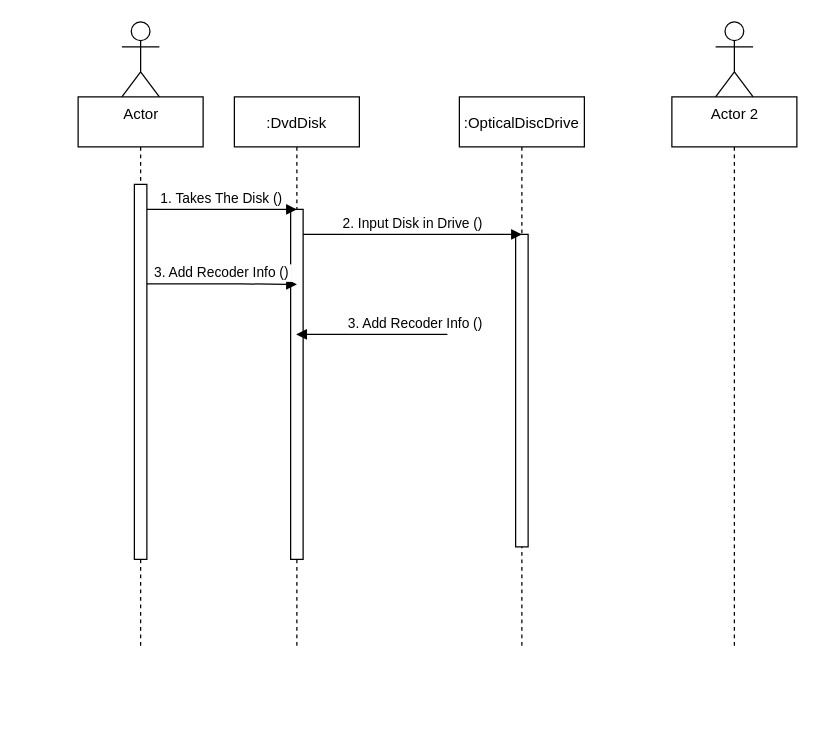
Above: Sequence/Диаграмма без названия.drawio in M0zgi/UML (draw.io), before the change. Source tidied: cells renumbered, new cells numbered last; positions are measured from the earlier drawing's top-left corner, leaving out a move shared by most shapes. Both pictures are drawn from the tidied source at 125%, with x=0, y=0 at pixel (78, 21).
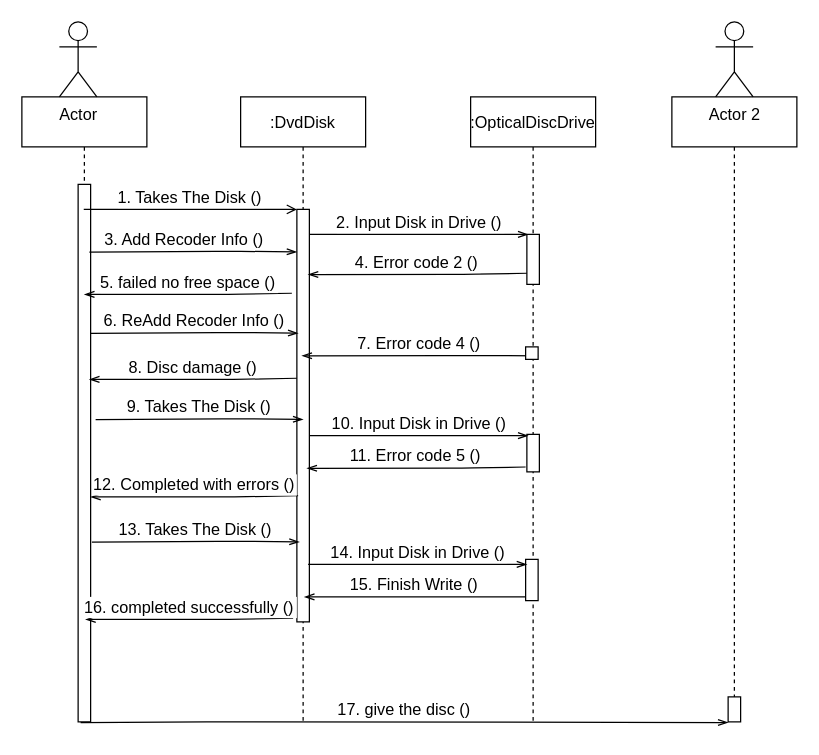
Above is the later version.

What changed in the source:
```diff
@@
-    <mxCell id="2" style="shape=umlLifeline;perimeter=lifelinePerimeter;rounded=0;shadow=0;strokeWidth=1;" parent="1" vertex="1">
-      <mxGeometry y="60" width="100" height="440" as="geometry" />
+    <mxCell id="2" style="shape=umlLifeline;perimeter=lifelinePerimeter;rounded=0;shadow=0;strokeWidth=1;fontSize=13;" parent="1" vertex="1">
+      <mxGeometry x="-45" y="60" width="100" height="400" as="geometry" />
     </mxCell>
-    <mxCell id="3" value=":DvdDisk" style="shape=umlLifeline;perimeter=lifelinePerimeter;rounded=0;shadow=0;strokeWidth=1;" parent="1" vertex="1">
-      <mxGeometry x="125" y="60" width="100" height="440" as="geometry" />
+    <mxCell id="3" value=":DvdDisk" style="shape=umlLifeline;perimeter=lifelinePerimeter;rounded=0;shadow=0;strokeWidth=1;fontSize=13;" parent="1" vertex="1">
+      <mxGeometry x="130" y="60" width="100" height="500" as="geometry" />
     </mxCell>
-    <mxCell id="4" value=":OpticalDiscDrive" style="shape=umlLifeline;perimeter=lifelinePerimeter;rounded=0;shadow=0;strokeWidth=1;" parent="1" vertex="1">
-      <mxGeometry x="305" y="60" width="100" height="440" as="geometry" />
+    <mxCell id="4" value=":OpticalDiscDrive" style="shape=umlLifeline;perimeter=lifelinePerimeter;rounded=0;shadow=0;strokeWidth=1;fontSize=13;" parent="1" vertex="1">
+      <mxGeometry x="314" y="60" width="100" height="500" as="geometry" />
     </mxCell>
-    <mxCell id="5" style="perimeter=orthogonalPerimeter;rounded=0;shadow=0;strokeWidth=1;" parent="4" vertex="1">
-      <mxGeometry x="45" y="110" width="10" height="250" as="geometry" />
+    <mxCell id="5" style="perimeter=orthogonalPerimeter;rounded=0;shadow=0;strokeWidth=1;fontSize=13;" parent="4" vertex="1">
+      <mxGeometry x="45" y="110" width="10" height="40" as="geometry" />
     </mxCell>
-    <mxCell id="6" value="Actor" style="shape=umlActor;verticalLabelPosition=bottom;verticalAlign=top;html=1;" parent="1" vertex="1">
-      <mxGeometry x="35" width="30" height="60" as="geometry" />
+    <mxCell id="6" value="Actor" style="shape=umlActor;verticalLabelPosition=bottom;verticalAlign=top;html=1;fontSize=13;" parent="1" vertex="1">
+      <mxGeometry x="-15" width="30" height="60" as="geometry" />
     </mxCell>
-    <mxCell id="7" style="perimeter=orthogonalPerimeter;rounded=0;shadow=0;strokeWidth=1;" parent="1" vertex="1">
-      <mxGeometry x="45" y="130" width="10" height="300" as="geometry" />
+    <mxCell id="7" style="perimeter=orthogonalPerimeter;rounded=0;shadow=0;strokeWidth=1;fontSize=13;" parent="1" vertex="1">
+      <mxGeometry y="130" width="10" height="430" as="geometry" />
     </mxCell>
-    <mxCell id="8" style="perimeter=orthogonalPerimeter;rounded=0;shadow=0;strokeWidth=1;" parent="1" vertex="1">
-      <mxGeometry x="170" y="150" width="10" height="280" as="geometry" />
+    <mxCell id="8" style="perimeter=orthogonalPerimeter;rounded=0;shadow=0;strokeWidth=1;fontSize=13;" parent="1" vertex="1">
+      <mxGeometry x="175" y="150" width="10" height="330" as="geometry" />
     </mxCell>
-    <mxCell id="9" value="1. Takes The Disk ()" style="verticalAlign=bottom;endArrow=block;shadow=0;strokeWidth=1;" parent="1" edge="1">
+    <mxCell id="9" value="1. Takes The Disk ()" style="verticalAlign=bottom;endArrow=open;shadow=0;strokeWidth=1;endFill=0;fontSize=13;" parent="1" edge="1" source="2">
       <mxGeometry relative="1" as="geometry">
-        <mxPoint x="55" y="150" as="sourcePoint" />
         <mxPoint x="175" y="150" as="targetPoint" />
       </mxGeometry>
     </mxCell>
-    <mxCell id="10" value="2. Input Disk in Drive ()" style="verticalAlign=bottom;endArrow=block;shadow=0;strokeWidth=1;" parent="1" edge="1">
+    <mxCell id="10" value="2. Input Disk in Drive ()" style="verticalAlign=bottom;endArrow=openThin;shadow=0;strokeWidth=1;endFill=0;fontSize=13;" parent="1" edge="1">
       <mxGeometry relative="1" as="geometry">
-        <mxPoint x="180" y="170" as="sourcePoint" />
-        <mxPoint x="355" y="170" as="targetPoint" />
+        <mxPoint x="185" y="170" as="sourcePoint" />
+        <mxPoint x="360" y="170" as="targetPoint" />
       </mxGeometry>
     </mxCell>
-    <mxCell id="11" value="3. Add Recoder Info ()" style="verticalAlign=bottom;endArrow=block;shadow=0;strokeWidth=1;" parent="1" edge="1">
-      <mxGeometry relative="1" as="geometry">
-        <mxPoint x="55" y="209.5" as="sourcePoint" />
-        <mxPoint x="175" y="210" as="targetPoint" />
+    <mxCell id="11" value="3. Add Recoder Info ()" style="verticalAlign=bottom;endArrow=openThin;shadow=0;strokeWidth=1;exitX=0.9;exitY=0.267;exitDx=0;exitDy=0;exitPerimeter=0;endFill=0;fontSize=13;" parent="1" edge="1">
+      <mxGeometry x="-0.08" relative="1" as="geometry">
+        <mxPoint x="9" y="184.1" as="sourcePoint" />
+        <mxPoint x="175" y="184" as="targetPoint" />
         <Array as="points">
-          <mxPoint x="120" y="209.5" />
+          <mxPoint x="120" y="183.5" />
         </Array>
       </mxGeometry>
     </mxCell>
-    <mxCell id="12" value="3. Add Recoder Info ()" style="verticalAlign=bottom;endArrow=block;shadow=0;strokeWidth=1;" parent="1" edge="1" target="3">
-      <mxGeometry relative="1" as="geometry">
-        <mxPoint x="235" y="250" as="sourcePoint" />
-        <Array as="points">
-          <mxPoint x="300" y="250" />
-        </Array>
-      </mxGeometry>
-    </mxCell>
-    <mxCell id="13" style="shape=umlLifeline;perimeter=lifelinePerimeter;rounded=0;shadow=0;strokeWidth=1;" parent="1" vertex="1">
-      <mxGeometry x="475" y="60" width="100" height="440" as="geometry" />
+    <mxCell id="13" style="shape=umlLifeline;perimeter=lifelinePerimeter;rounded=0;shadow=0;strokeWidth=1;fontSize=13;" parent="1" vertex="1">
+      <mxGeometry x="475" y="60" width="100" height="480" as="geometry" />
     </mxCell>
-    <mxCell id="14" value="Actor 2" style="shape=umlActor;verticalLabelPosition=bottom;verticalAlign=top;html=1;" parent="1" vertex="1">
+    <mxCell id="14" value="Actor 2" style="shape=umlActor;verticalLabelPosition=bottom;verticalAlign=top;html=1;fontSize=13;" parent="1" vertex="1">
       <mxGeometry x="510" width="30" height="60" as="geometry" />
     </mxCell>
+    <mxCell id="15" value="5. failed no free space ()" style="verticalAlign=bottom;endArrow=openThin;shadow=0;strokeWidth=1;exitX=0.1;exitY=0.354;exitDx=0;exitDy=0;exitPerimeter=0;entryX=0.5;entryY=0.4;entryDx=0;entryDy=0;entryPerimeter=0;endFill=0;fontSize=13;" parent="1" edge="1">
+      <mxGeometry relative="1" as="geometry">
+        <mxPoint x="171" y="217.1" as="sourcePoint" />
+        <mxPoint x="5" y="218" as="targetPoint" />
+        <Array as="points">
+          <mxPoint x="120" y="218" />
+        </Array>
+      </mxGeometry>
+    </mxCell>
+    <mxCell id="16" value="6. ReAdd Recoder Info ()" style="verticalAlign=bottom;endArrow=openThin;shadow=0;strokeWidth=1;exitX=0.9;exitY=0.267;exitDx=0;exitDy=0;exitPerimeter=0;endFill=0;fontSize=13;" parent="1" edge="1">
+      <mxGeometry relative="1" as="geometry">
+        <mxPoint x="10" y="249.1" as="sourcePoint" />
+        <mxPoint x="176" y="249" as="targetPoint" />
+        <Array as="points">
+          <mxPoint x="121" y="248.5" />
+        </Array>
+      </mxGeometry>
+    </mxCell>
+    <mxCell id="17" value="16. completed successfully ()" style="verticalAlign=bottom;endArrow=openThin;shadow=0;strokeWidth=1;exitX=0.1;exitY=0.354;exitDx=0;exitDy=0;exitPerimeter=0;entryX=0.5;entryY=0.4;entryDx=0;entryDy=0;entryPerimeter=0;endFill=0;fontSize=13;" parent="1" edge="1">
+      <mxGeometry relative="1" as="geometry">
+        <mxPoint x="172" y="477.1" as="sourcePoint" />
+        <mxPoint x="6" y="478" as="targetPoint" />
+        <Array as="points">
+          <mxPoint x="121" y="478" />
+        </Array>
+      </mxGeometry>
+    </mxCell>
+    <mxCell id="18" value="15. Finish Write ()" style="verticalAlign=bottom;endArrow=openThin;shadow=0;strokeWidth=1;entryX=0.5;entryY=0.4;entryDx=0;entryDy=0;entryPerimeter=0;endFill=0;fontSize=13;" parent="1" edge="1" source="30">
+      <mxGeometry relative="1" as="geometry">
+        <mxPoint x="181" y="460" as="targetPoint" />
+        <Array as="points">
+          <mxPoint x="296" y="460" />
+        </Array>
+      </mxGeometry>
+    </mxCell>
+    <mxCell id="19" style="perimeter=orthogonalPerimeter;rounded=0;shadow=0;strokeWidth=1;fontSize=13;" parent="1" vertex="1">
+      <mxGeometry x="520" y="540" width="10" height="20" as="geometry" />
+    </mxCell>
+    <mxCell id="20" value="17. give the disc ()" style="verticalAlign=bottom;endArrow=openThin;shadow=0;strokeWidth=1;exitX=0.9;exitY=0.267;exitDx=0;exitDy=0;exitPerimeter=0;endFill=0;fontSize=13;" parent="1" edge="1">
+      <mxGeometry relative="1" as="geometry">
+        <mxPoint x="2" y="560.6" as="sourcePoint" />
+        <mxPoint x="520" y="560.5" as="targetPoint" />
+        <Array as="points">
+          <mxPoint x="113" y="560" />
+        </Array>
+      </mxGeometry>
+    </mxCell>
+    <mxCell id="21" value="4. Error code 2 ()" style="verticalAlign=bottom;endArrow=openThin;shadow=0;strokeWidth=1;exitX=0.1;exitY=0.354;exitDx=0;exitDy=0;exitPerimeter=0;entryX=0.5;entryY=0.231;entryDx=0;entryDy=0;entryPerimeter=0;endFill=0;fontSize=13;" parent="1" edge="1">
+      <mxGeometry relative="1" as="geometry">
+        <mxPoint x="359" y="201.1" as="sourcePoint" />
+        <mxPoint x="184" y="202.1" as="targetPoint" />
+        <Array as="points">
+          <mxPoint x="308" y="202" />
+        </Array>
+      </mxGeometry>
+    </mxCell>
+    <mxCell id="22" value="7. Error code 4 ()" style="verticalAlign=bottom;endArrow=openThin;shadow=0;strokeWidth=1;exitX=0.7;exitY=0.706;exitDx=0;exitDy=0;exitPerimeter=0;entryX=0.5;entryY=0.231;entryDx=0;entryDy=0;entryPerimeter=0;endFill=0;fontSize=13;" parent="1" edge="1">
+      <mxGeometry relative="1" as="geometry">
+        <mxPoint x="368" y="267.1" as="sourcePoint" />
+        <mxPoint x="179" y="267.1" as="targetPoint" />
+        <Array as="points">
+          <mxPoint x="303" y="267" />
+        </Array>
+      </mxGeometry>
+    </mxCell>
+    <mxCell id="23" value="8. Disc damage ()" style="verticalAlign=bottom;endArrow=openThin;shadow=0;strokeWidth=1;exitX=0.1;exitY=0.354;exitDx=0;exitDy=0;exitPerimeter=0;entryX=0.5;entryY=0.4;entryDx=0;entryDy=0;entryPerimeter=0;endFill=0;fontSize=13;" parent="1" edge="1">
+      <mxGeometry relative="1" as="geometry">
+        <mxPoint x="175" y="285.1" as="sourcePoint" />
+        <mxPoint x="9" y="286" as="targetPoint" />
+        <Array as="points">
+          <mxPoint x="124" y="286" />
+        </Array>
+      </mxGeometry>
+    </mxCell>
+    <mxCell id="24" value="9. Takes The Disk ()" style="verticalAlign=bottom;endArrow=openThin;shadow=0;strokeWidth=1;exitX=0.9;exitY=0.267;exitDx=0;exitDy=0;exitPerimeter=0;endFill=0;fontSize=13;" parent="1" edge="1">
+      <mxGeometry relative="1" as="geometry">
+        <mxPoint x="14" y="318.1" as="sourcePoint" />
+        <mxPoint x="180" y="318" as="targetPoint" />
+        <Array as="points">
+          <mxPoint x="125" y="317.5" />
+        </Array>
+      </mxGeometry>
+    </mxCell>
+    <mxCell id="25" style="perimeter=orthogonalPerimeter;rounded=0;shadow=0;strokeWidth=1;fontSize=13;" parent="1" vertex="1">
+      <mxGeometry x="358" y="260" width="10" height="10" as="geometry" />
+    </mxCell>
+    <mxCell id="26" style="perimeter=orthogonalPerimeter;rounded=0;shadow=0;strokeWidth=1;fontSize=13;" parent="1" vertex="1">
+      <mxGeometry x="359" y="330" width="10" height="30" as="geometry" />
+    </mxCell>
+    <mxCell id="27" value="10. Input Disk in Drive ()" style="verticalAlign=bottom;endArrow=openThin;shadow=0;strokeWidth=1;endFill=0;fontSize=13;" parent="1" edge="1">
+      <mxGeometry relative="1" as="geometry">
+        <mxPoint x="185" y="331" as="sourcePoint" />
+        <mxPoint x="360" y="331" as="targetPoint" />
+      </mxGeometry>
+    </mxCell>
+    <mxCell id="28" value="11. Error code 5 ()" style="verticalAlign=bottom;endArrow=openThin;shadow=0;strokeWidth=1;exitX=0.1;exitY=0.354;exitDx=0;exitDy=0;exitPerimeter=0;entryX=0.5;entryY=0.231;entryDx=0;entryDy=0;entryPerimeter=0;endFill=0;fontSize=13;" parent="1" edge="1">
+      <mxGeometry relative="1" as="geometry">
+        <mxPoint x="358" y="356.1" as="sourcePoint" />
+        <mxPoint x="183" y="357.1" as="targetPoint" />
+        <Array as="points">
+          <mxPoint x="307" y="357" />
+        </Array>
+      </mxGeometry>
+    </mxCell>
+    <mxCell id="29" value="13. Takes The Disk ()" style="verticalAlign=bottom;endArrow=openThin;shadow=0;strokeWidth=1;exitX=0.9;exitY=0.267;exitDx=0;exitDy=0;exitPerimeter=0;endFill=0;fontSize=13;" parent="1" edge="1">
+      <mxGeometry relative="1" as="geometry">
+        <mxPoint x="11" y="416.1" as="sourcePoint" />
+        <mxPoint x="177" y="416" as="targetPoint" />
+        <Array as="points">
+          <mxPoint x="122" y="415.5" />
+        </Array>
+      </mxGeometry>
+    </mxCell>
+    <mxCell id="30" style="points=[];perimeter=orthogonalPerimeter;rounded=0;shadow=0;strokeWidth=1;fontSize=13;" parent="1" vertex="1">
+      <mxGeometry x="358" y="430" width="10" height="33" as="geometry" />
+    </mxCell>
+    <mxCell id="31" value="14. Input Disk in Drive ()" style="verticalAlign=bottom;endArrow=openThin;shadow=0;strokeWidth=1;endFill=0;fontSize=13;" parent="1" edge="1">
+      <mxGeometry relative="1" as="geometry">
+        <mxPoint x="184" y="434" as="sourcePoint" />
+        <mxPoint x="359" y="434" as="targetPoint" />
+      </mxGeometry>
+    </mxCell>
+    <mxCell id="32" value="12. Completed with errors ()" style="verticalAlign=bottom;endArrow=openThin;shadow=0;strokeWidth=1;exitX=0.1;exitY=0.354;exitDx=0;exitDy=0;exitPerimeter=0;entryX=0.5;entryY=0.4;entryDx=0;entryDy=0;entryPerimeter=0;endFill=0;fontSize=13;" parent="1" edge="1">
+      <mxGeometry relative="1" as="geometry">
+        <mxPoint x="176" y="379.1" as="sourcePoint" />
+        <mxPoint x="10" y="380" as="targetPoint" />
+        <Array as="points">
+          <mxPoint x="125" y="380" />
+        </Array>
+      </mxGeometry>
+    </mxCell>
```
